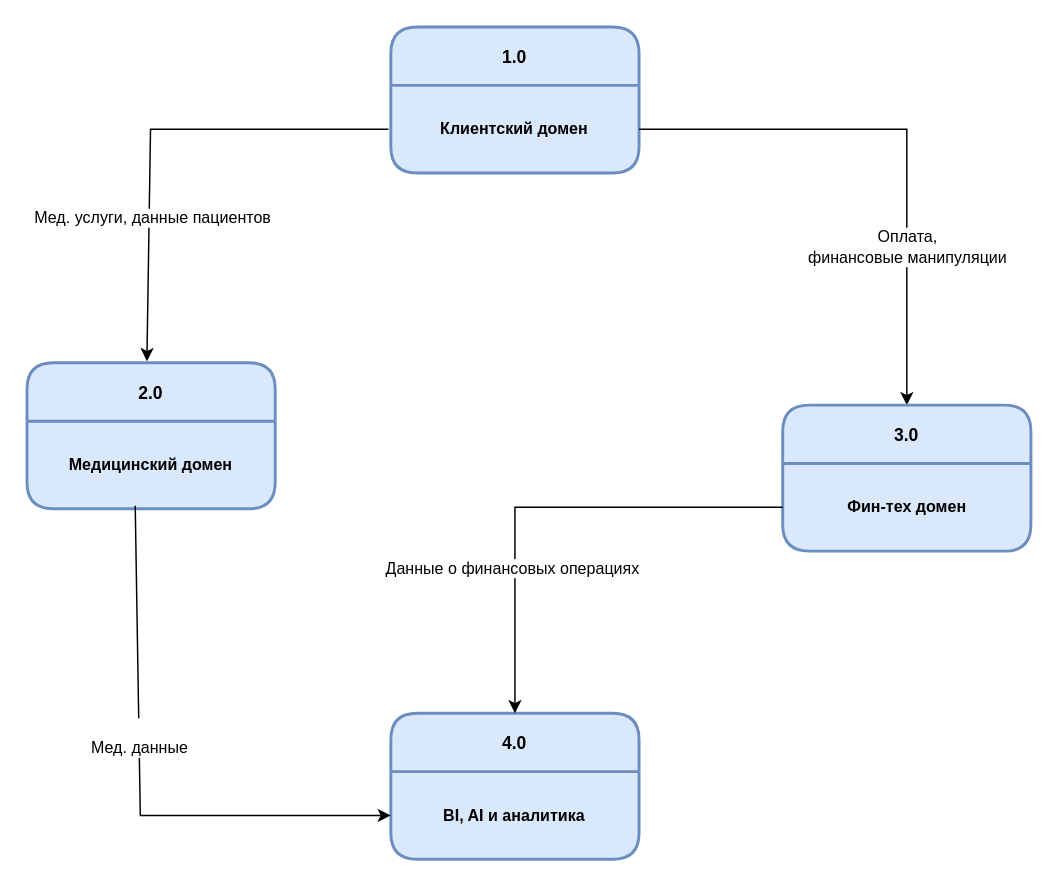
The draw.io diagram Task2/DFD.drawio in Ivan-Kozhushko/architecture-future_2_0, before the edit. Source tidied: cells renumbered, new cells numbered last; positions are measured from the earlier drawing's top-left corner, leaving out a move shared by most shapes. Both pictures are drawn from the tidied source at 146%, with x=0, y=0 at pixel (26, 26).
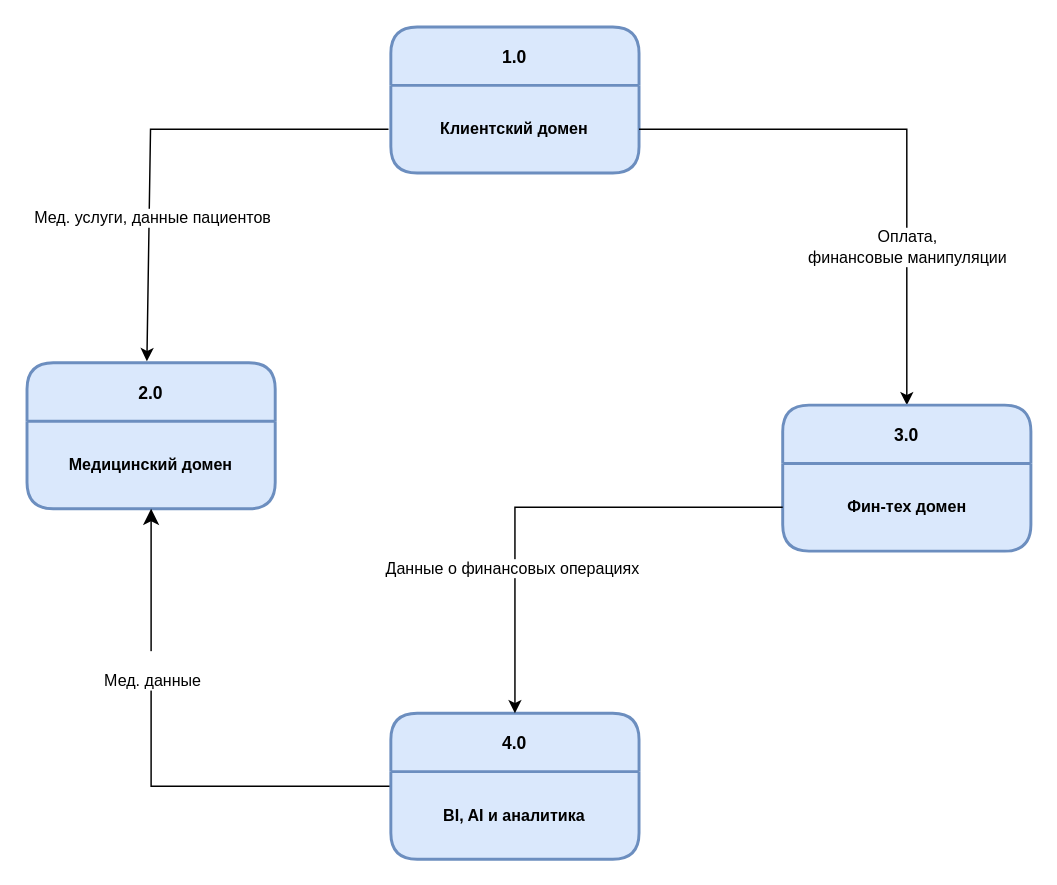
The same page after the edit.

The change refers to these unchanged cells:
```xml
<mxCell id="5" value="&lt;span style=&quot;font-size: 11px; text-wrap: nowrap;&quot;&gt;&lt;b&gt;Медицинский домен&lt;/b&gt;&lt;/span&gt;" style="rounded=0;whiteSpace=wrap;html=1;strokeColor=#6c8ebf;opacity=0;fillColor=#dae8fc;align=center;verticalAlign=middle;fontFamily=Helvetica;fontSize=12;fontColor=default;gradientColor=default;" parent="4" vertex="1">
  <mxGeometry y="40" width="170" height="60" as="geometry" />
</mxCell>
<mxCell id="12" value="4.0" style="swimlane;fontStyle=1;horizontal=1;startSize=40;swimlaneFillColor=#DAE8FC;rounded=1;strokeWidth=2;fillColor=#dae8fc;strokeColor=#6c8ebf;" parent="1" vertex="1">
  <mxGeometry x="249.2" y="470" width="170" height="100" as="geometry" />
</mxCell>
<mxCell id="13" value="&lt;span style=&quot;font-size: 11px; text-wrap-mode: nowrap;&quot;&gt;&lt;b&gt;BI, AI и аналитика&lt;/b&gt;&lt;/span&gt;" style="rounded=0;whiteSpace=wrap;html=1;strokeColor=#6c8ebf;opacity=0;fillColor=#dae8fc;align=center;verticalAlign=middle;fontFamily=Helvetica;fontSize=12;fontColor=default;gradientColor=default;" parent="12" vertex="1">
  <mxGeometry y="40" width="170" height="60" as="geometry" />
</mxCell>
```

The edit, as a diff of the source:
```diff
@@
+    <mxCell id="18" style="edgeStyle=none;curved=0;rounded=0;jettySize=auto;html=1;entryX=0.5;entryY=1;entryDx=0;entryDy=0;fontSize=12;startSize=8;endSize=8;" parent="1" edge="1" source="12" target="5">
+      <mxGeometry relative="1" as="geometry">
+        <Array as="points">
+          <mxPoint x="85" y="520" />
+        </Array>
+      </mxGeometry>
+    </mxCell>
@@
-    <mxCell id="14" style="endArrow=classic;html=1;rounded=0;entryX=0;entryY=0.5;entryDx=0;entryDy=0;exitX=0.436;exitY=0.964;exitDx=0;exitDy=0;exitPerimeter=0;" parent="1" edge="1" source="5" target="13">
-      <mxGeometry relative="1" as="geometry">
-        <Array as="points">
-          <mxPoint x="77.6" y="540" />
-        </Array>
-      </mxGeometry>
-    </mxCell>
-    <mxCell id="15" value="&lt;br&gt;Мед. данные" style="edgeLabel;html=1;align=center;verticalAlign=middle;" parent="14" vertex="1">
-      <mxGeometry x="-0.17" relative="1" as="geometry" />
-    </mxCell>
@@
+    <mxCell id="15" value="&lt;br&gt;Мед. данные" style="edgeLabel;html=1;align=center;verticalAlign=middle;" parent="1" vertex="1">
+      <mxGeometry x="85" y="440" as="geometry" />
+    </mxCell>
```
